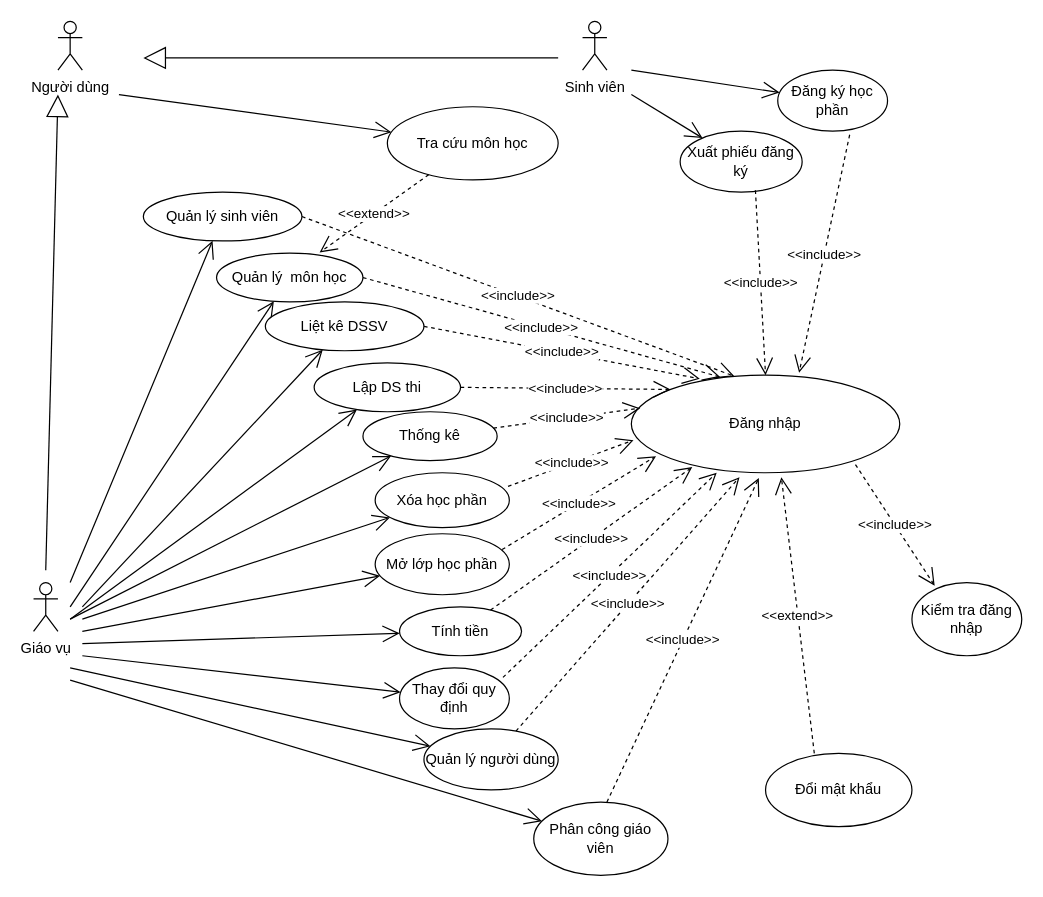
Before: Ctk43/Phần Mềm Đăng Ký Học Phần/Untitled Diagram.drawio in Dat0309/Cong-Nghe-Phan-Mem, a draw.io diagram. Source tidied: cells renumbered, new cells numbered last; positions are measured from the earlier drawing's top-left corner, leaving out a move shared by most shapes. Both pictures are drawn from the tidied source at 122%, with x=0, y=0 at pixel (33, 21).
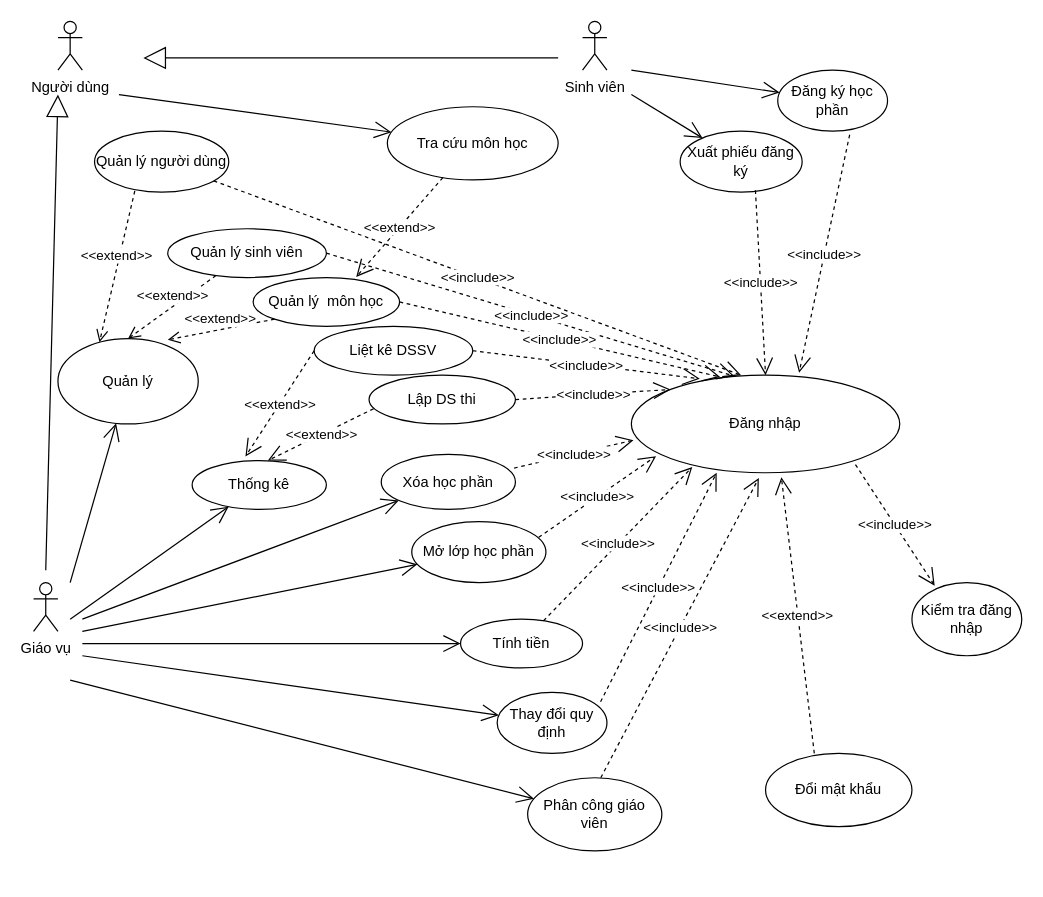
After the change.

Unchanged cells that the change refers to:
```xml
<mxCell id="35" value="Đăng nhập" style="ellipse;whiteSpace=wrap;html=1;" parent="1" vertex="1">
  <mxGeometry x="490" y="290" width="220" height="80" as="geometry" />
</mxCell>
```

Change to the diagram source:
```diff
@@
-    <mxCell id="11" style="endArrow=open;endFill=1;endSize=12;html=1;" parent="1" edge="1" target="12">
-      <mxGeometry relative="1" as="geometry">
-        <mxPoint x="30" y="460" as="sourcePoint" />
-      </mxGeometry>
-    </mxCell>
     <mxCell id="12" value="Quản lý sinh viên" style="ellipse;whiteSpace=wrap;html=1;" parent="1" vertex="1">
-      <mxGeometry x="90" y="140" width="130" height="40" as="geometry" />
+      <mxGeometry x="110" y="170" width="130" height="40" as="geometry" />
     </mxCell>
@@
-    <mxCell id="15" style="endArrow=open;endFill=1;endSize=12;html=1;" parent="1" edge="1" target="16">
-      <mxGeometry relative="1" as="geometry">
-        <mxPoint x="30" y="480" as="sourcePoint" />
-      </mxGeometry>
-    </mxCell>
     <mxCell id="16" value="Quản lý&amp;nbsp; môn học" style="ellipse;whiteSpace=wrap;html=1;" parent="1" vertex="1">
-      <mxGeometry x="150" y="190" width="120" height="40" as="geometry" />
+      <mxGeometry x="180" y="210" width="120" height="40" as="geometry" />
     </mxCell>
-    <mxCell id="17" style="endArrow=open;endFill=1;endSize=12;html=1;" parent="1" edge="1" target="18">
-      <mxGeometry relative="1" as="geometry">
-        <mxPoint x="40" y="480" as="sourcePoint" />
-      </mxGeometry>
-    </mxCell>
     <mxCell id="18" value="Liệt kê DSSV" style="ellipse;whiteSpace=wrap;html=1;" parent="1" vertex="1">
-      <mxGeometry x="190" y="230" width="130" height="40" as="geometry" />
+      <mxGeometry x="230" y="250" width="130" height="40" as="geometry" />
     </mxCell>
-    <mxCell id="19" style="endArrow=open;endFill=1;endSize=12;html=1;" parent="1" edge="1" target="20">
-      <mxGeometry relative="1" as="geometry">
-        <mxPoint x="30" y="490" as="sourcePoint" />
-      </mxGeometry>
-    </mxCell>
     <mxCell id="20" value="Lập DS thi" style="ellipse;whiteSpace=wrap;html=1;" parent="1" vertex="1">
-      <mxGeometry x="230" y="280" width="120" height="40" as="geometry" />
+      <mxGeometry x="275" y="290" width="120" height="40" as="geometry" />
     </mxCell>
@@
     <mxCell id="22" value="Thống kê" style="ellipse;whiteSpace=wrap;html=1;" parent="1" vertex="1">
-      <mxGeometry x="270" y="320" width="110" height="40" as="geometry" />
+      <mxGeometry x="130" y="360" width="110" height="40" as="geometry" />
     </mxCell>
@@
     <mxCell id="24" value="Xóa học phần" style="ellipse;whiteSpace=wrap;html=1;" parent="1" vertex="1">
-      <mxGeometry x="280" y="370" width="110" height="45" as="geometry" />
+      <mxGeometry x="285" y="355" width="110" height="45" as="geometry" />
     </mxCell>
@@
     <mxCell id="26" value="Mở lớp học phần" style="ellipse;whiteSpace=wrap;html=1;" parent="1" vertex="1">
-      <mxGeometry x="280" y="420" width="110" height="50" as="geometry" />
+      <mxGeometry x="310" y="410" width="110" height="50" as="geometry" />
     </mxCell>
@@
     <mxCell id="28" value="Tính tiền" style="ellipse;whiteSpace=wrap;html=1;" parent="1" vertex="1">
-      <mxGeometry x="300" y="480" width="100" height="40" as="geometry" />
+      <mxGeometry x="350" y="490" width="100" height="40" as="geometry" />
     </mxCell>
@@
     <mxCell id="30" value="Thay đổi quy định" style="ellipse;whiteSpace=wrap;html=1;" parent="1" vertex="1">
-      <mxGeometry x="300" y="530" width="90" height="50" as="geometry" />
+      <mxGeometry x="380" y="550" width="90" height="50" as="geometry" />
     </mxCell>
-    <mxCell id="31" style="endArrow=open;endFill=1;endSize=12;html=1;" parent="1" edge="1" target="32">
-      <mxGeometry relative="1" as="geometry">
-        <mxPoint x="30" y="530" as="sourcePoint" />
-      </mxGeometry>
-    </mxCell>
     <mxCell id="32" value="Quản lý người dùng" style="ellipse;whiteSpace=wrap;html=1;" parent="1" vertex="1">
-      <mxGeometry x="320" y="580" width="110" height="50" as="geometry" />
+      <mxGeometry x="50" y="90" width="110" height="50" as="geometry" />
     </mxCell>
@@
     <mxCell id="34" value="Phân công giáo viên" style="ellipse;whiteSpace=wrap;html=1;" parent="1" vertex="1">
-      <mxGeometry x="410" y="640" width="110" height="60" as="geometry" />
+      <mxGeometry x="405" y="620" width="110" height="60" as="geometry" />
     </mxCell>
@@
-    <mxCell id="43" value="&amp;lt;&amp;lt;include&amp;gt;&amp;gt;" style="endArrow=open;endSize=12;dashed=1;html=1;entryX=0.033;entryY=0.338;entryDx=0;entryDy=0;entryPerimeter=0;" parent="1" edge="1" source="22" target="35">
-      <mxGeometry relative="1" as="geometry" />
-    </mxCell>
@@
-    <mxCell id="48" value="&amp;lt;&amp;lt;include&amp;gt;&amp;gt;" style="endArrow=open;endSize=12;dashed=1;html=1;entryX=0.403;entryY=1.045;entryDx=0;entryDy=0;entryPerimeter=0;" parent="1" edge="1" source="32" target="35">
+    <mxCell id="48" value="&amp;lt;&amp;lt;include&amp;gt;&amp;gt;" style="endArrow=open;endSize=12;dashed=1;html=1;entryX=0.409;entryY=0;entryDx=0;entryDy=0;entryPerimeter=0;" parent="1" edge="1" source="32" target="35">
       <mxGeometry relative="1" as="geometry" />
     </mxCell>
@@
+    <mxCell id="54" style="endArrow=open;endFill=1;endSize=12;html=1;" parent="1" edge="1" target="55">
+      <mxGeometry relative="1" as="geometry">
+        <mxPoint x="30" y="460" as="sourcePoint" />
+      </mxGeometry>
+    </mxCell>
+    <mxCell id="55" value="Quản lý" style="ellipse;whiteSpace=wrap;html=1;" parent="1" vertex="1">
+      <mxGeometry x="20" y="260" width="115" height="70" as="geometry" />
+    </mxCell>
+    <mxCell id="56" value="&amp;lt;&amp;lt;extend&amp;gt;&amp;gt;" style="html=1;verticalAlign=bottom;endArrow=open;dashed=1;endSize=8;exitX=0;exitY=1;exitDx=0;exitDy=0;entryX=0.783;entryY=0.014;entryDx=0;entryDy=0;entryPerimeter=0;" parent="1" edge="1" source="16" target="55">
+      <mxGeometry relative="1" as="geometry" />
+    </mxCell>
+    <mxCell id="57" value="&amp;lt;&amp;lt;extend&amp;gt;&amp;gt;" style="html=1;verticalAlign=bottom;endArrow=open;dashed=1;endSize=8;entryX=0.5;entryY=0;entryDx=0;entryDy=0;" parent="1" edge="1" source="12" target="55">
+      <mxGeometry relative="1" as="geometry" />
+    </mxCell>
+    <mxCell id="58" value="&amp;lt;&amp;lt;extend&amp;gt;&amp;gt;" style="html=1;verticalAlign=bottom;endArrow=open;dashed=1;endSize=8;exitX=0.3;exitY=0.98;exitDx=0;exitDy=0;entryX=0.296;entryY=0.043;entryDx=0;entryDy=0;entryPerimeter=0;exitPerimeter=0;" parent="1" edge="1" source="32" target="55">
+      <mxGeometry relative="1" as="geometry" />
+    </mxCell>
+    <mxCell id="59" value="&amp;lt;&amp;lt;extend&amp;gt;&amp;gt;" style="endArrow=open;endSize=12;dashed=1;html=1;entryX=0.397;entryY=-0.083;entryDx=0;entryDy=0;entryPerimeter=0;exitX=0;exitY=0.5;exitDx=0;exitDy=0;" parent="1" edge="1" source="18" target="22">
+      <mxGeometry relative="1" as="geometry" />
+    </mxCell>
+    <mxCell id="60" value="&amp;lt;&amp;lt;extend&amp;gt;&amp;gt;" style="endArrow=open;endSize=12;dashed=1;html=1;entryX=0.564;entryY=0;entryDx=0;entryDy=0;entryPerimeter=0;exitX=0.031;exitY=0.688;exitDx=0;exitDy=0;exitPerimeter=0;" parent="1" edge="1" source="20" target="22">
+      <mxGeometry relative="1" as="geometry" />
+    </mxCell>
```
